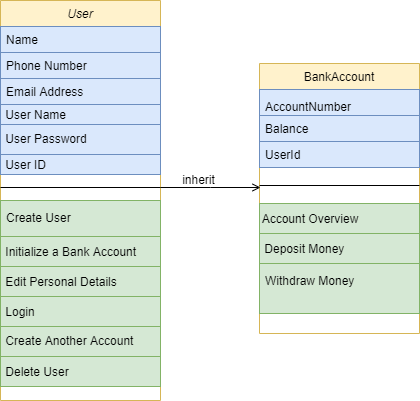
Before: assests/Class_Diagram.png, a diagram exported from draw.io (abuz33/Banking_System_Python_With_GUI). Source tidied: cells renumbered, new cells last; positions are measured from the earlier drawing's top-left corner, leaving out a move shared by most shapes. Its diagram source:
```xml
<mxGraphModel>
  <root>
    <mxCell id="0" />
    <mxCell id="1" parent="0" />
    <mxCell id="2" value="User" style="swimlane;fontStyle=2;align=center;verticalAlign=top;horizontal=1;startSize=26;rounded=0;shadow=0;strokeWidth=1;fillColor=#fff2cc;strokeColor=#d6b656;" parent="1" vertex="1">
      <mxGeometry width="160" height="400" as="geometry" />
    </mxCell>
    <mxCell id="3" value="Name" style="text;align=left;verticalAlign=top;spacingLeft=4;spacingRight=4;overflow=hidden;fillColor=#dae8fc;strokeColor=#6c8ebf;" parent="2" vertex="1">
      <mxGeometry y="26" width="160" height="26" as="geometry" />
    </mxCell>
    <mxCell id="4" value="Phone Number" style="text;align=left;verticalAlign=top;spacingLeft=4;spacingRight=4;overflow=hidden;rounded=0;shadow=0;html=0;fillColor=#dae8fc;strokeColor=#6c8ebf;" parent="2" vertex="1">
      <mxGeometry y="52" width="160" height="26" as="geometry" />
    </mxCell>
    <mxCell id="5" value="Email Address" style="text;align=left;verticalAlign=top;spacingLeft=4;spacingRight=4;overflow=hidden;rounded=0;shadow=0;html=0;fillColor=#dae8fc;strokeColor=#6c8ebf;" parent="2" vertex="1">
      <mxGeometry y="78" width="160" height="26" as="geometry" />
    </mxCell>
    <mxCell id="6" value="&amp;nbsp;User Name" style="text;html=1;align=left;verticalAlign=middle;fillColor=#dae8fc;strokeColor=#6c8ebf;" parent="2" vertex="1">
      <mxGeometry y="104" width="160" height="20" as="geometry" />
    </mxCell>
    <mxCell id="7" value="&amp;nbsp;User Password" style="text;html=1;align=left;verticalAlign=middle;spacingTop=2;spacingBottom=4;fillColor=#dae8fc;strokeColor=#6c8ebf;" parent="2" vertex="1">
      <mxGeometry y="124" width="160" height="30" as="geometry" />
    </mxCell>
    <mxCell id="8" value="&amp;nbsp;User ID" style="text;html=1;align=left;verticalAlign=middle;fillColor=#dae8fc;strokeColor=#6c8ebf;" parent="2" vertex="1">
      <mxGeometry y="154" width="160" height="20" as="geometry" />
    </mxCell>
    <mxCell id="9" style="line;html=1;strokeWidth=1;align=left;verticalAlign=middle;spacingTop=-1;spacingLeft=3;spacingRight=3;labelPosition=right;" parent="2" vertex="1">
      <mxGeometry y="174" width="160" height="26" as="geometry" />
    </mxCell>
    <mxCell id="10" value="Create User" style="text;align=left;verticalAlign=top;spacingLeft=4;spacingRight=4;overflow=hidden;fillColor=#d5e8d4;strokeColor=#82b366;spacingTop=4;spacingBottom=6;" parent="2" vertex="1">
      <mxGeometry y="200" width="160" height="36" as="geometry" />
    </mxCell>
    <mxCell id="11" value="&amp;nbsp;Initialize a Bank Account" style="text;html=1;align=left;verticalAlign=middle;spacingTop=5;spacingBottom=5;fillColor=#d5e8d4;strokeColor=#82b366;" parent="2" vertex="1">
      <mxGeometry y="236" width="160" height="30" as="geometry" />
    </mxCell>
    <mxCell id="12" value="&amp;nbsp;Edit Personal Details" style="text;html=1;align=left;verticalAlign=middle;spacingTop=4;spacingBottom=5;fillColor=#d5e8d4;strokeColor=#82b366;" parent="2" vertex="1">
      <mxGeometry y="266" width="160" height="30" as="geometry" />
    </mxCell>
    <mxCell id="13" value="&amp;nbsp;Login" style="text;html=1;align=left;verticalAlign=middle;spacingTop=4;spacingBottom=4;fillColor=#d5e8d4;strokeColor=#82b366;" parent="2" vertex="1">
      <mxGeometry y="296" width="160" height="30" as="geometry" />
    </mxCell>
    <mxCell id="14" value="&amp;nbsp;Create Another Account" style="text;html=1;align=left;verticalAlign=middle;spacingTop=5;spacingBottom=7;fillColor=#d5e8d4;strokeColor=#82b366;" parent="2" vertex="1">
      <mxGeometry y="326" width="160" height="30" as="geometry" />
    </mxCell>
    <mxCell id="15" value="&amp;nbsp;Delete User" style="text;html=1;align=left;verticalAlign=middle;fillColor=#d5e8d4;strokeColor=#82b366;spacingTop=4;spacingBottom=4;" parent="2" vertex="1">
      <mxGeometry y="356" width="160" height="30" as="geometry" />
    </mxCell>
    <mxCell id="16" value="BankAccount" style="swimlane;fontStyle=0;align=center;verticalAlign=top;horizontal=1;startSize=26;rounded=0;shadow=0;strokeWidth=1;fillColor=#fff2cc;strokeColor=#d6b656;" parent="1" vertex="1">
      <mxGeometry x="259" y="63" width="160" height="270" as="geometry" />
    </mxCell>
    <mxCell id="17" value="AccountNumber" style="text;align=left;verticalAlign=top;spacingLeft=4;spacingRight=4;overflow=hidden;fillColor=#dae8fc;strokeColor=#6c8ebf;spacingTop=4;spacingBottom=4;" parent="16" vertex="1">
      <mxGeometry y="26" width="160" height="26" as="geometry" />
    </mxCell>
    <mxCell id="18" value="Balance" style="text;align=left;verticalAlign=top;spacingLeft=4;spacingRight=4;overflow=hidden;rounded=0;shadow=0;html=0;fillColor=#dae8fc;strokeColor=#6c8ebf;" parent="16" vertex="1">
      <mxGeometry y="52" width="160" height="26" as="geometry" />
    </mxCell>
    <mxCell id="19" value="UserId" style="text;align=left;verticalAlign=top;spacingLeft=4;spacingRight=4;overflow=hidden;rounded=0;shadow=0;html=0;fillColor=#dae8fc;strokeColor=#6c8ebf;" parent="16" vertex="1">
      <mxGeometry y="78" width="160" height="26" as="geometry" />
    </mxCell>
    <mxCell id="20" style="line;html=1;strokeWidth=1;align=left;verticalAlign=middle;spacingTop=-1;spacingLeft=3;spacingRight=3;labelPosition=right;" parent="16" vertex="1">
      <mxGeometry y="104" width="160" height="36" as="geometry" />
    </mxCell>
    <mxCell id="21" value="&amp;nbsp;Account Overview" style="text;html=1;align=left;verticalAlign=middle;spacingTop=5;spacingBottom=5;fillColor=#d5e8d4;strokeColor=#82b366;spacing=0;" parent="16" vertex="1">
      <mxGeometry y="140" width="160" height="30" as="geometry" />
    </mxCell>
    <mxCell id="22" value="&amp;nbsp;Deposit Money" style="text;html=1;align=left;verticalAlign=middle;spacingBottom=5;spacingTop=5;fillColor=#d5e8d4;strokeColor=#82b366;" parent="16" vertex="1">
      <mxGeometry y="170" width="160" height="30" as="geometry" />
    </mxCell>
    <mxCell id="23" value="Withdraw Money" style="text;align=left;verticalAlign=top;spacingLeft=4;spacingRight=4;overflow=hidden;spacingTop=4;spacingBottom=4;fillColor=#d5e8d4;strokeColor=#82b366;" parent="16" vertex="1">
      <mxGeometry y="200" width="160" height="50" as="geometry" />
    </mxCell>
    <mxCell id="24" style="endArrow=open;shadow=0;strokeWidth=1;rounded=0;endFill=1;edgeStyle=elbowEdgeStyle;elbow=vertical;" parent="1" edge="1">
      <mxGeometry x="0.5" y="41" relative="1" as="geometry">
        <mxPoint x="160" y="187" as="sourcePoint" />
        <mxPoint x="260" y="187" as="targetPoint" />
        <mxPoint x="-40" y="32" as="offset" />
      </mxGeometry>
    </mxCell>
    <mxCell id="25" value="inherit" style="text;html=1;align=center;verticalAlign=middle;labelBackgroundColor=none;rounded=0;shadow=0;strokeWidth=1;fontSize=12;" parent="24" vertex="1">
      <mxGeometry x="0.5" y="49" relative="1" as="geometry">
        <mxPoint x="-38" y="40" as="offset" />
      </mxGeometry>
    </mxCell>
  </root>
</mxGraphModel>
```
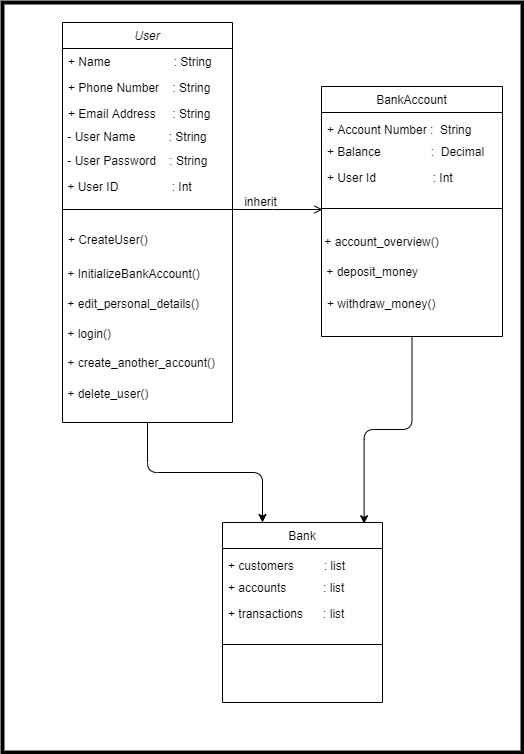
Above is the later version.

The edit, as a diff of the source:
```diff
@@ -2,71 +2,80 @@
   <root>
     <mxCell id="0" />
     <mxCell id="1" parent="0" />
+    <mxCell id="26" style="rounded=0;whiteSpace=wrap;html=1;sketch=0;strokeWidth=4;" parent="1" vertex="1">
+      <mxGeometry x="-60" y="-20" width="520" height="750" as="geometry" />
+    </mxCell>
+    <mxCell id="27" style="edgeStyle=orthogonalEdgeStyle;curved=0;rounded=1;sketch=0;jettySize=auto;html=1;entryX=0.25;entryY=0;entryDx=0;entryDy=0;" parent="1" edge="1" source="2" target="29">
+      <mxGeometry relative="1" as="geometry" />
+    </mxCell>
-    <mxCell id="2" value="User" style="swimlane;fontStyle=2;align=center;verticalAlign=top;horizontal=1;startSize=26;rounded=0;shadow=0;strokeWidth=1;fillColor=#fff2cc;strokeColor=#d6b656;" parent="1" vertex="1">
-      <mxGeometry width="160" height="400" as="geometry" />
+    <mxCell id="2" value="User" style="swimlane;fontStyle=2;align=center;verticalAlign=top;horizontal=1;startSize=26;rounded=0;shadow=0;strokeWidth=1;" parent="1" vertex="1">
+      <mxGeometry width="170" height="400" as="geometry" />
     </mxCell>
-    <mxCell id="3" value="Name" style="text;align=left;verticalAlign=top;spacingLeft=4;spacingRight=4;overflow=hidden;fillColor=#dae8fc;strokeColor=#6c8ebf;" parent="2" vertex="1">
-      <mxGeometry y="26" width="160" height="26" as="geometry" />
+    <mxCell id="3" value="+ Name                   : String" style="text;align=left;verticalAlign=top;spacingLeft=4;spacingRight=4;overflow=hidden;" parent="2" vertex="1">
+      <mxGeometry y="26" width="170" height="26" as="geometry" />
     </mxCell>
-    <mxCell id="4" value="Phone Number" style="text;align=left;verticalAlign=top;spacingLeft=4;spacingRight=4;overflow=hidden;rounded=0;shadow=0;html=0;fillColor=#dae8fc;strokeColor=#6c8ebf;" parent="2" vertex="1">
-      <mxGeometry y="52" width="160" height="26" as="geometry" />
+    <mxCell id="4" value="+ Phone Number    : String" style="text;align=left;verticalAlign=top;spacingLeft=4;spacingRight=4;overflow=hidden;rounded=0;shadow=0;html=0;" parent="2" vertex="1">
+      <mxGeometry y="52" width="170" height="26" as="geometry" />
     </mxCell>
-    <mxCell id="5" value="Email Address" style="text;align=left;verticalAlign=top;spacingLeft=4;spacingRight=4;overflow=hidden;rounded=0;shadow=0;html=0;fillColor=#dae8fc;strokeColor=#6c8ebf;" parent="2" vertex="1">
-      <mxGeometry y="78" width="160" height="26" as="geometry" />
+    <mxCell id="5" value="+ Email Address     : String" style="text;align=left;verticalAlign=top;spacingLeft=4;spacingRight=4;overflow=hidden;rounded=0;shadow=0;html=0;" parent="2" vertex="1">
+      <mxGeometry y="78" width="170" height="26" as="geometry" />
     </mxCell>
-    <mxCell id="6" value="&amp;nbsp;User Name" style="text;html=1;align=left;verticalAlign=middle;fillColor=#dae8fc;strokeColor=#6c8ebf;" parent="2" vertex="1">
-      <mxGeometry y="104" width="160" height="20" as="geometry" />
+    <mxCell id="6" value="&amp;nbsp;- User Name&amp;nbsp; &amp;nbsp; &amp;nbsp; &amp;nbsp; &amp;nbsp; : String" style="text;html=1;align=left;verticalAlign=middle;" parent="2" vertex="1">
+      <mxGeometry y="104" width="170" height="20" as="geometry" />
     </mxCell>
-    <mxCell id="7" value="&amp;nbsp;User Password" style="text;html=1;align=left;verticalAlign=middle;spacingTop=2;spacingBottom=4;fillColor=#dae8fc;strokeColor=#6c8ebf;" parent="2" vertex="1">
-      <mxGeometry y="124" width="160" height="30" as="geometry" />
+    <mxCell id="7" value="&amp;nbsp;- User Password&amp;nbsp; &amp;nbsp; : String" style="text;html=1;align=left;verticalAlign=middle;spacingTop=2;spacingBottom=4;" parent="2" vertex="1">
+      <mxGeometry y="124" width="170" height="30" as="geometry" />
     </mxCell>
-    <mxCell id="8" value="&amp;nbsp;User ID" style="text;html=1;align=left;verticalAlign=middle;fillColor=#dae8fc;strokeColor=#6c8ebf;" parent="2" vertex="1">
-      <mxGeometry y="154" width="160" height="20" as="geometry" />
+    <mxCell id="8" value="&amp;nbsp;+ User ID&amp;nbsp; &amp;nbsp; &amp;nbsp; &amp;nbsp; &amp;nbsp; &amp;nbsp; &amp;nbsp; &amp;nbsp; : Int" style="text;html=1;align=left;verticalAlign=middle;" parent="2" vertex="1">
+      <mxGeometry y="154" width="170" height="20" as="geometry" />
     </mxCell>
     <mxCell id="9" style="line;html=1;strokeWidth=1;align=left;verticalAlign=middle;spacingTop=-1;spacingLeft=3;spacingRight=3;labelPosition=right;" parent="2" vertex="1">
-      <mxGeometry y="174" width="160" height="26" as="geometry" />
+      <mxGeometry y="174" width="170" height="26" as="geometry" />
     </mxCell>
-    <mxCell id="10" value="Create User" style="text;align=left;verticalAlign=top;spacingLeft=4;spacingRight=4;overflow=hidden;fillColor=#d5e8d4;strokeColor=#82b366;spacingTop=4;spacingBottom=6;" parent="2" vertex="1">
-      <mxGeometry y="200" width="160" height="36" as="geometry" />
+    <mxCell id="10" value="+ CreateUser()" style="text;align=left;verticalAlign=top;spacingLeft=4;spacingRight=4;overflow=hidden;spacingTop=4;spacingBottom=6;" parent="2" vertex="1">
+      <mxGeometry y="200" width="170" height="36" as="geometry" />
     </mxCell>
-    <mxCell id="11" value="&amp;nbsp;Initialize a Bank Account" style="text;html=1;align=left;verticalAlign=middle;spacingTop=5;spacingBottom=5;fillColor=#d5e8d4;strokeColor=#82b366;" parent="2" vertex="1">
-      <mxGeometry y="236" width="160" height="30" as="geometry" />
+    <mxCell id="11" value="&amp;nbsp;+ InitializeBankAccount()" style="text;html=1;align=left;verticalAlign=middle;spacingTop=5;spacingBottom=5;" parent="2" vertex="1">
+      <mxGeometry y="236" width="170" height="30" as="geometry" />
     </mxCell>
-    <mxCell id="12" value="&amp;nbsp;Edit Personal Details" style="text;html=1;align=left;verticalAlign=middle;spacingTop=4;spacingBottom=5;fillColor=#d5e8d4;strokeColor=#82b366;" parent="2" vertex="1">
-      <mxGeometry y="266" width="160" height="30" as="geometry" />
+    <mxCell id="12" value="&amp;nbsp;+ edit_personal_details()" style="text;html=1;align=left;verticalAlign=middle;spacingTop=4;spacingBottom=5;" parent="2" vertex="1">
+      <mxGeometry y="266" width="170" height="30" as="geometry" />
     </mxCell>
-    <mxCell id="13" value="&amp;nbsp;Login" style="text;html=1;align=left;verticalAlign=middle;spacingTop=4;spacingBottom=4;fillColor=#d5e8d4;strokeColor=#82b366;" parent="2" vertex="1">
-      <mxGeometry y="296" width="160" height="30" as="geometry" />
+    <mxCell id="13" value="&amp;nbsp;+ login()" style="text;html=1;align=left;verticalAlign=middle;spacingTop=4;spacingBottom=4;" parent="2" vertex="1">
+      <mxGeometry y="296" width="170" height="30" as="geometry" />
     </mxCell>
-    <mxCell id="14" value="&amp;nbsp;Create Another Account" style="text;html=1;align=left;verticalAlign=middle;spacingTop=5;spacingBottom=7;fillColor=#d5e8d4;strokeColor=#82b366;" parent="2" vertex="1">
-      <mxGeometry y="326" width="160" height="30" as="geometry" />
+    <mxCell id="14" value="&amp;nbsp;+ create_another_account()" style="text;html=1;align=left;verticalAlign=middle;spacingTop=5;spacingBottom=7;" parent="2" vertex="1">
+      <mxGeometry y="326" width="170" height="30" as="geometry" />
     </mxCell>
-    <mxCell id="15" value="&amp;nbsp;Delete User" style="text;html=1;align=left;verticalAlign=middle;fillColor=#d5e8d4;strokeColor=#82b366;spacingTop=4;spacingBottom=4;" parent="2" vertex="1">
-      <mxGeometry y="356" width="160" height="30" as="geometry" />
+    <mxCell id="15" value="&amp;nbsp;+ delete_user()" style="text;html=1;align=left;verticalAlign=middle;spacingTop=4;spacingBottom=4;" parent="2" vertex="1">
+      <mxGeometry y="356" width="170" height="30" as="geometry" />
     </mxCell>
+    <mxCell id="28" style="edgeStyle=orthogonalEdgeStyle;curved=0;rounded=1;sketch=0;jettySize=auto;html=1;entryX=0.885;entryY=0.007;entryDx=0;entryDy=0;entryPerimeter=0;" parent="1" edge="1" source="16" target="29">
+      <mxGeometry relative="1" as="geometry" />
+    </mxCell>
-    <mxCell id="16" value="BankAccount" style="swimlane;fontStyle=0;align=center;verticalAlign=top;horizontal=1;startSize=26;rounded=0;shadow=0;strokeWidth=1;fillColor=#fff2cc;strokeColor=#d6b656;" parent="1" vertex="1">
-      <mxGeometry x="259" y="63" width="160" height="270" as="geometry" />
+    <mxCell id="16" value="BankAccount" style="swimlane;fontStyle=0;align=center;verticalAlign=top;horizontal=1;startSize=26;rounded=0;shadow=0;strokeWidth=1;" parent="1" vertex="1">
+      <mxGeometry x="259" y="64" width="181" height="250" as="geometry" />
     </mxCell>
-    <mxCell id="17" value="AccountNumber" style="text;align=left;verticalAlign=top;spacingLeft=4;spacingRight=4;overflow=hidden;fillColor=#dae8fc;strokeColor=#6c8ebf;spacingTop=4;spacingBottom=4;" parent="16" vertex="1">
-      <mxGeometry y="26" width="160" height="26" as="geometry" />
+    <mxCell id="17" value="+ Account Number :  String" style="text;align=left;verticalAlign=top;spacingLeft=4;spacingRight=4;overflow=hidden;spacingTop=4;spacingBottom=4;" parent="16" vertex="1">
+      <mxGeometry y="26" width="181" height="26" as="geometry" />
     </mxCell>
-    <mxCell id="18" value="Balance" style="text;align=left;verticalAlign=top;spacingLeft=4;spacingRight=4;overflow=hidden;rounded=0;shadow=0;html=0;fillColor=#dae8fc;strokeColor=#6c8ebf;" parent="16" vertex="1">
-      <mxGeometry y="52" width="160" height="26" as="geometry" />
+    <mxCell id="18" value="+ Balance               :  Decimal" style="text;align=left;verticalAlign=top;spacingLeft=4;spacingRight=4;overflow=hidden;rounded=0;shadow=0;html=0;" parent="16" vertex="1">
+      <mxGeometry y="52" width="181" height="26" as="geometry" />
     </mxCell>
-    <mxCell id="19" value="UserId" style="text;align=left;verticalAlign=top;spacingLeft=4;spacingRight=4;overflow=hidden;rounded=0;shadow=0;html=0;fillColor=#dae8fc;strokeColor=#6c8ebf;" parent="16" vertex="1">
-      <mxGeometry y="78" width="160" height="26" as="geometry" />
+    <mxCell id="19" value="+ User Id                 : Int" style="text;align=left;verticalAlign=top;spacingLeft=4;spacingRight=4;overflow=hidden;rounded=0;shadow=0;html=0;" parent="16" vertex="1">
+      <mxGeometry y="78" width="181" height="26" as="geometry" />
     </mxCell>
     <mxCell id="20" style="line;html=1;strokeWidth=1;align=left;verticalAlign=middle;spacingTop=-1;spacingLeft=3;spacingRight=3;labelPosition=right;" parent="16" vertex="1">
-      <mxGeometry y="104" width="160" height="36" as="geometry" />
+      <mxGeometry y="104" width="181" height="36" as="geometry" />
     </mxCell>
-    <mxCell id="21" value="&amp;nbsp;Account Overview" style="text;html=1;align=left;verticalAlign=middle;spacingTop=5;spacingBottom=5;fillColor=#d5e8d4;strokeColor=#82b366;spacing=0;" parent="16" vertex="1">
-      <mxGeometry y="140" width="160" height="30" as="geometry" />
+    <mxCell id="21" value="&amp;nbsp;+ account_overview()" style="text;html=1;align=left;verticalAlign=middle;spacingTop=5;spacingBottom=5;spacing=0;" parent="16" vertex="1">
+      <mxGeometry y="140" width="181" height="30" as="geometry" />
     </mxCell>
-    <mxCell id="22" value="&amp;nbsp;Deposit Money" style="text;html=1;align=left;verticalAlign=middle;spacingBottom=5;spacingTop=5;fillColor=#d5e8d4;strokeColor=#82b366;" parent="16" vertex="1">
-      <mxGeometry y="170" width="160" height="30" as="geometry" />
+    <mxCell id="22" value="&amp;nbsp;+ deposit_money" style="text;html=1;align=left;verticalAlign=middle;spacingBottom=5;spacingTop=5;" parent="16" vertex="1">
+      <mxGeometry y="170" width="181" height="30" as="geometry" />
     </mxCell>
-    <mxCell id="23" value="Withdraw Money" style="text;align=left;verticalAlign=top;spacingLeft=4;spacingRight=4;overflow=hidden;spacingTop=4;spacingBottom=4;fillColor=#d5e8d4;strokeColor=#82b366;" parent="16" vertex="1">
-      <mxGeometry y="200" width="160" height="50" as="geometry" />
+    <mxCell id="23" value="+ withdraw_money()" style="text;align=left;verticalAlign=top;spacingLeft=4;spacingRight=4;overflow=hidden;spacingTop=4;spacingBottom=4;" parent="16" vertex="1">
+      <mxGeometry y="200" width="181" height="50" as="geometry" />
     </mxCell>
     <mxCell id="24" style="endArrow=open;shadow=0;strokeWidth=1;rounded=0;endFill=1;edgeStyle=elbowEdgeStyle;elbow=vertical;" parent="1" edge="1">
       <mxGeometry x="0.5" y="41" relative="1" as="geometry">
@@ -80,5 +89,20 @@
         <mxPoint x="-38" y="40" as="offset" />
       </mxGeometry>
     </mxCell>
+    <mxCell id="29" value="Bank" style="swimlane;fontStyle=0;align=center;verticalAlign=top;horizontal=1;startSize=26;rounded=0;shadow=0;strokeWidth=1;" parent="1" vertex="1">
+      <mxGeometry x="160" y="500" width="160" height="180" as="geometry" />
+    </mxCell>
+    <mxCell id="30" value="+ customers         : list" style="text;align=left;verticalAlign=top;spacingLeft=4;spacingRight=4;overflow=hidden;spacingTop=4;spacingBottom=4;" parent="29" vertex="1">
+      <mxGeometry y="26" width="160" height="26" as="geometry" />
+    </mxCell>
+    <mxCell id="31" value="+ accounts           : list" style="text;align=left;verticalAlign=top;spacingLeft=4;spacingRight=4;overflow=hidden;rounded=0;shadow=0;html=0;" parent="29" vertex="1">
+      <mxGeometry y="52" width="160" height="26" as="geometry" />
+    </mxCell>
+    <mxCell id="32" value="+ transactions      : list" style="text;align=left;verticalAlign=top;spacingLeft=4;spacingRight=4;overflow=hidden;rounded=0;shadow=0;html=0;" parent="29" vertex="1">
+      <mxGeometry y="78" width="160" height="26" as="geometry" />
+    </mxCell>
+    <mxCell id="33" style="line;html=1;strokeWidth=1;align=left;verticalAlign=middle;spacingTop=-1;spacingLeft=3;spacingRight=3;labelPosition=right;" parent="29" vertex="1">
+      <mxGeometry y="104" width="160" height="36" as="geometry" />
+    </mxCell>
   </root>
 </mxGraphModel>
```
